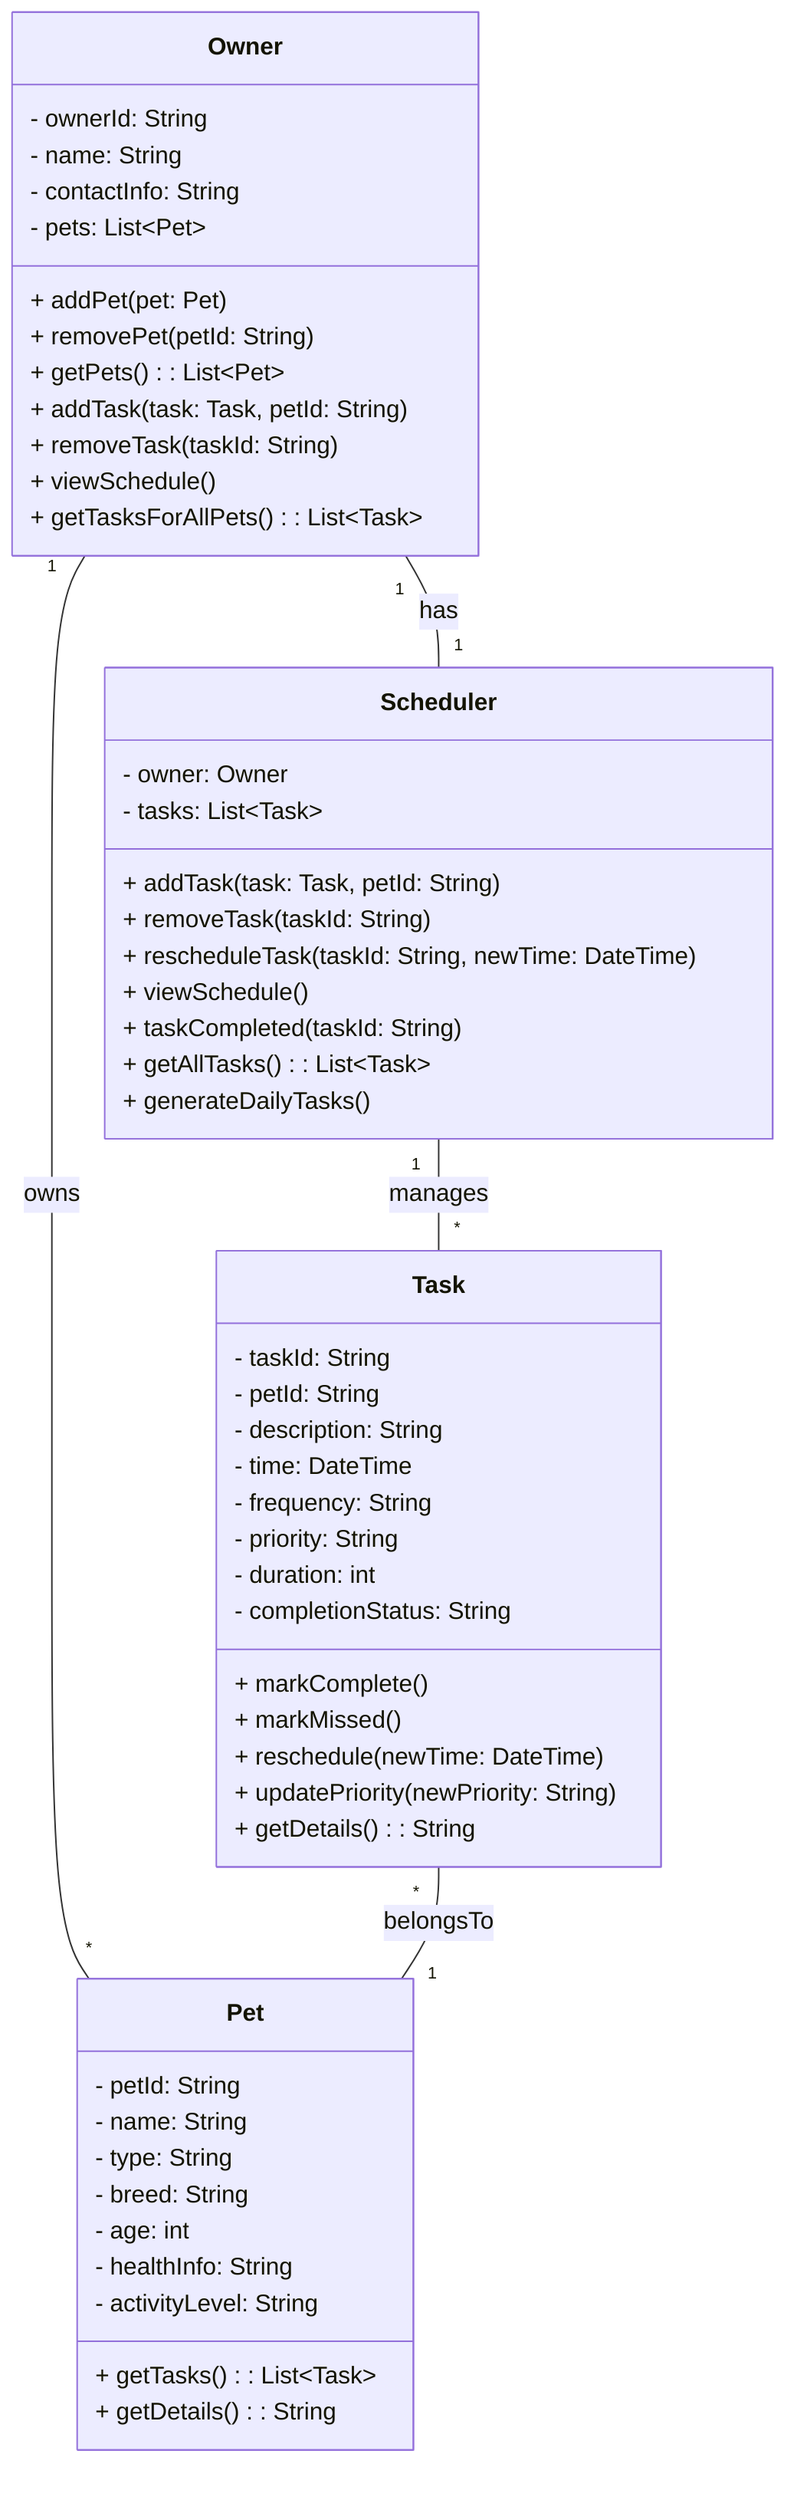
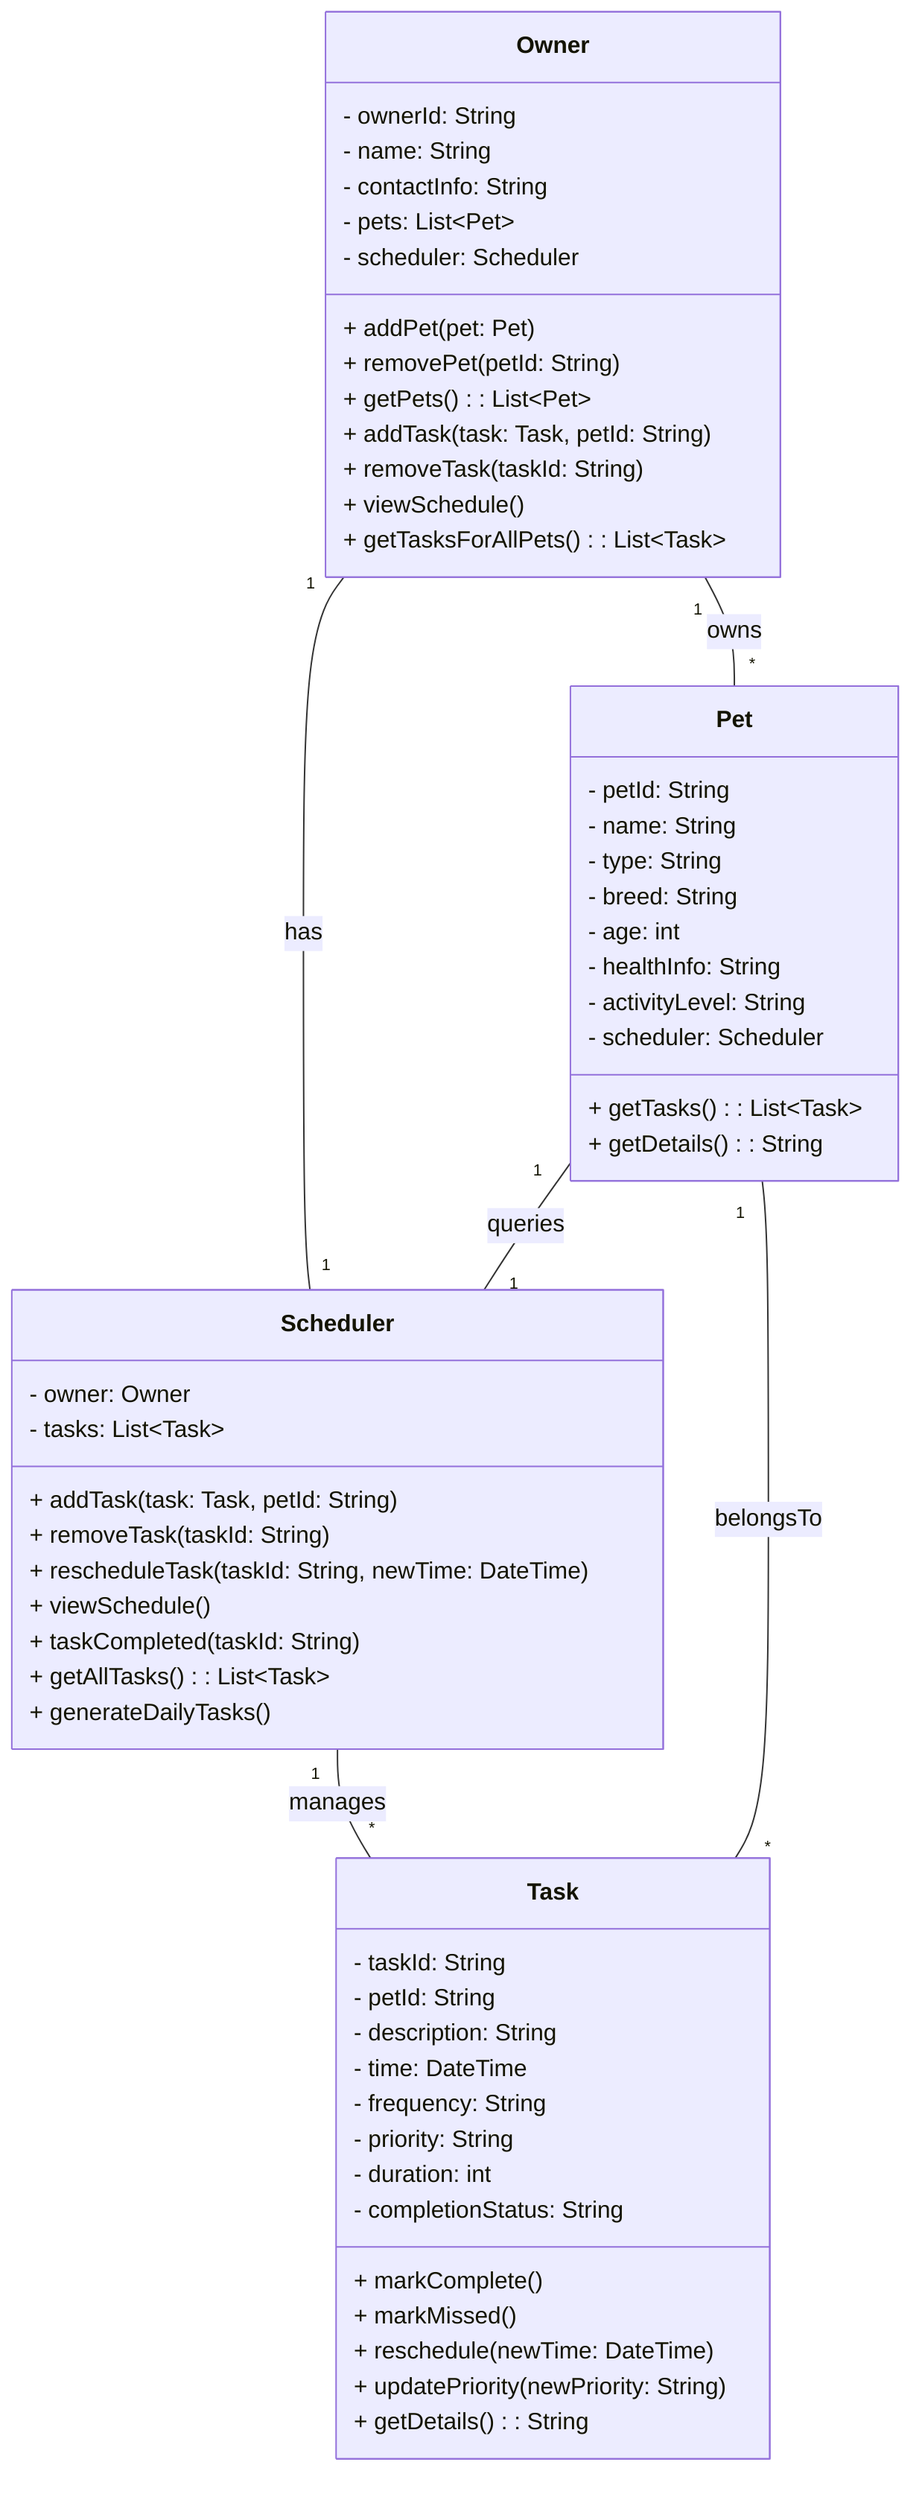
classDiagram
    class Owner {
        - ownerId: String
        - name: String
        - contactInfo: String
        - pets: List~Pet~
+         - scheduler: Scheduler
        + addPet(pet: Pet)
        + removePet(petId: String)
        + getPets(): List~Pet~
        + addTask(task: Task, petId: String)
        + removeTask(taskId: String)
        + viewSchedule()
        + getTasksForAllPets(): List~Task~
    }

    class Pet {
        - petId: String
        - name: String
        - type: String
        - breed: String
        - age: int
        - healthInfo: String
        - activityLevel: String
+         - scheduler: Scheduler
        + getTasks(): List~Task~
        + getDetails(): String
    }

    class Task {
        - taskId: String
        - petId: String
        - description: String
        - time: DateTime
        - frequency: String
        - priority: String
        - duration: int
        - completionStatus: String
        + markComplete()
        + markMissed()
        + reschedule(newTime: DateTime)
        + updatePriority(newPriority: String)
        + getDetails(): String
    }

    class Scheduler {
        - owner: Owner
        - tasks: List~Task~
        + addTask(task: Task, petId: String)
        + removeTask(taskId: String)
        + rescheduleTask(taskId: String, newTime: DateTime)
        + viewSchedule()
        + taskCompleted(taskId: String)
        + getAllTasks(): List~Task~
        + generateDailyTasks()
    }

    Owner "1" -- "*" Pet : owns
    Owner "1" -- "1" Scheduler : has
    Scheduler "1" -- "*" Task : manages
    Task "*" -- "1" Pet : belongsTo
+     Pet "1" -- "1" Scheduler : queries
